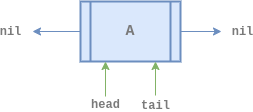
Above: assets/data-structure/linked-list/dll-insert1.png in euisblue/vue-blog (draw.io), before the change. Source tidied: cells renumbered, new cells last; positions are measured from the earlier drawing's top-left corner, leaving out a move shared by most shapes.
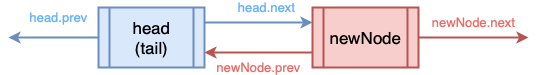
The same diagram one commit later.

The edit, as a diff of the source:
```diff
@@ -2,32 +2,31 @@
   <root>
     <mxCell id="0" />
     <mxCell id="1" parent="0" />
-    <mxCell id="2" value="&lt;div&gt;&lt;font color=&quot;#7a7a7a&quot; face=&quot;courier new&quot;&gt;&lt;span style=&quot;font-size: 15px&quot;&gt;A&lt;/span&gt;&lt;/font&gt;&lt;/div&gt;" style="shape=process;whiteSpace=wrap;html=1;backgroundOutline=1;fillColor=#dae8fc;strokeColor=#6c8ebf;gradientDirection=east;strokeWidth=2;shadow=0;glass=0;align=center;sketch=0;fontStyle=1;" parent="1" vertex="1">
-      <mxGeometry x="48" width="100" height="60" as="geometry" />
+    <mxCell id="2" value="&lt;font&gt;&lt;span style=&quot;font-size: 17px&quot;&gt;head&lt;br&gt;(tail)&lt;/span&gt;&lt;br&gt;&lt;/font&gt;" style="shape=process;whiteSpace=wrap;html=1;backgroundOutline=1;strokeWidth=2;fillColor=#dae8fc;strokeColor=#6c8ebf;fontStyle=0;fontFamily=Helvetica;fontSize=14;labelBackgroundColor=none;labelBorderColor=none;" parent="1" vertex="1">
+      <mxGeometry x="48" width="106" height="60" as="geometry" />
     </mxCell>
-    <mxCell id="3" value="&lt;font color=&quot;#7a7a7a&quot; face=&quot;courier new&quot;&gt;&lt;span style=&quot;font-size: 12px&quot;&gt;&lt;b&gt;head&lt;/b&gt;&lt;/span&gt;&lt;/font&gt;" style="rounded=0;jettySize=auto;html=1;fillColor=#d5e8d4;strokeColor=#82b366;entryX=0.25;entryY=1;entryDx=0;entryDy=0;" parent="1" edge="1" target="2">
-      <mxGeometry x="-1" y="-8" relative="1" as="geometry">
-        <mxPoint x="73" y="95" as="sourcePoint" />
-        <mxPoint x="-8" y="8" as="offset" />
-      </mxGeometry>
+    <mxCell id="3" value="&lt;span style=&quot;color: rgb(102 , 178 , 255) ; font-size: 13px&quot;&gt;head.next&lt;/span&gt;" style="edgeStyle=orthogonalEdgeStyle;rounded=0;jettySize=auto;html=1;exitX=1;exitY=0.25;exitDx=0;exitDy=0;labelBackgroundColor=none;strokeWidth=2;fontFamily=Helvetica;fontColor=#666666;align=center;fillColor=#dae8fc;strokeColor=#6c8ebf;entryX=0;entryY=0.25;entryDx=0;entryDy=0;" parent="1" edge="1" source="2" target="6">
+      <mxGeometry x="0.15" y="15" relative="1" as="geometry" />
     </mxCell>
-    <mxCell id="4" value="&lt;font color=&quot;#7a7a7a&quot; face=&quot;courier new&quot;&gt;&lt;span style=&quot;font-size: 12px&quot;&gt;&lt;b&gt;tail&lt;/b&gt;&lt;/span&gt;&lt;/font&gt;" style="rounded=0;jettySize=auto;html=1;fillColor=#d5e8d4;strokeColor=#82b366;entryX=0.75;entryY=1;entryDx=0;entryDy=0;" parent="1" edge="1" target="2">
-      <mxGeometry x="-1" y="-10" relative="1" as="geometry">
-        <mxPoint x="123" y="94" as="sourcePoint" />
-        <mxPoint x="-10" y="10" as="offset" />
+    <mxCell id="4" value="&lt;span style=&quot;color: rgb(102 , 178 , 255) ; font-size: 13px&quot;&gt;head.prev&lt;/span&gt;" style="edgeStyle=orthogonalEdgeStyle;rounded=0;jettySize=auto;html=1;exitX=0;exitY=0.5;exitDx=0;exitDy=0;labelBackgroundColor=none;strokeWidth=2;fontFamily=Helvetica;fontColor=#666666;align=center;fillColor=#dae8fc;strokeColor=#6c8ebf;" parent="1" edge="1" source="2">
+      <mxGeometry x="-0.11" y="-20" relative="1" as="geometry">
+        <mxPoint x="-42" y="30" as="targetPoint" />
+        <Array as="points">
+          <mxPoint x="-2" y="30" />
+          <mxPoint x="-2" y="30" />
+        </Array>
       </mxGeometry>
     </mxCell>
-    <mxCell id="5" value="&lt;font color=&quot;#7a7a7a&quot; face=&quot;courier new&quot;&gt;&lt;span style=&quot;font-size: 12px&quot;&gt;&lt;b&gt;nil&lt;/b&gt;&lt;/span&gt;&lt;/font&gt;" style="rounded=0;jettySize=auto;html=1;fillColor=#dae8fc;strokeColor=#6c8ebf;exitX=1;exitY=0.5;exitDx=0;exitDy=0;" parent="1" edge="1" source="2">
-      <mxGeometry x="1" y="21" relative="1" as="geometry">
-        <mxPoint x="189" y="30" as="targetPoint" />
-        <mxPoint x="21" y="21" as="offset" />
-      </mxGeometry>
+    <mxCell id="5" value="&lt;font color=&quot;#ea6b66&quot; size=&quot;2&quot;&gt;&lt;span&gt;newNode.prev&lt;/span&gt;&lt;/font&gt;" style="edgeStyle=orthogonalEdgeStyle;rounded=0;jettySize=auto;html=1;entryX=1;entryY=0.75;entryDx=0;entryDy=0;fillColor=#f8cecc;strokeColor=#b85450;strokeWidth=2;labelBackgroundColor=none;labelBorderColor=none;fontFamily=Helvetica;align=center;exitX=0;exitY=0.75;exitDx=0;exitDy=0;" parent="1" edge="1" source="6" target="2">
+      <mxGeometry y="15" relative="1" as="geometry" />
     </mxCell>
-    <mxCell id="6" value="&lt;font color=&quot;#7a7a7a&quot; face=&quot;courier new&quot;&gt;&lt;span style=&quot;font-size: 12px&quot;&gt;&lt;b&gt;nil&lt;/b&gt;&lt;/span&gt;&lt;/font&gt;" style="rounded=0;jettySize=auto;html=1;fillColor=#dae8fc;strokeColor=#6c8ebf;exitX=0;exitY=0.5;exitDx=0;exitDy=0;" parent="1" edge="1" source="2">
-      <mxGeometry x="1" y="22" relative="1" as="geometry">
-        <mxPoint y="30" as="targetPoint" />
-        <mxPoint x="-22" y="-22" as="offset" />
-      </mxGeometry>
+    <mxCell id="6" value="&lt;font&gt;&lt;font style=&quot;font-size: 17px&quot;&gt;newNode&lt;/font&gt;&lt;br&gt;&lt;/font&gt;" style="shape=process;whiteSpace=wrap;html=1;backgroundOutline=1;strokeWidth=2;fillColor=#f8cecc;strokeColor=#b85450;fontStyle=0;fontFamily=Helvetica;fontSize=14;labelBackgroundColor=none;labelBorderColor=none;" parent="1" vertex="1">
+      <mxGeometry x="262" width="106" height="60" as="geometry" />
     </mxCell>
+    <mxCell id="7" value="&lt;font color=&quot;#ea6b66&quot; size=&quot;2&quot;&gt;&lt;span&gt;newNode.next&lt;/span&gt;&lt;/font&gt;" style="edgeStyle=orthogonalEdgeStyle;rounded=0;jettySize=auto;html=1;fillColor=#f8cecc;strokeColor=#b85450;strokeWidth=2;labelBackgroundColor=none;labelBorderColor=none;fontFamily=Helvetica;align=center;exitX=1;exitY=0.5;exitDx=0;exitDy=0;" parent="1" edge="1" source="6">
+      <mxGeometry y="15" relative="1" as="geometry">
+        <mxPoint x="478" y="30" as="targetPoint" />
+      </mxGeometry>
+    </mxCell>
   </root>
 </mxGraphModel>
```
